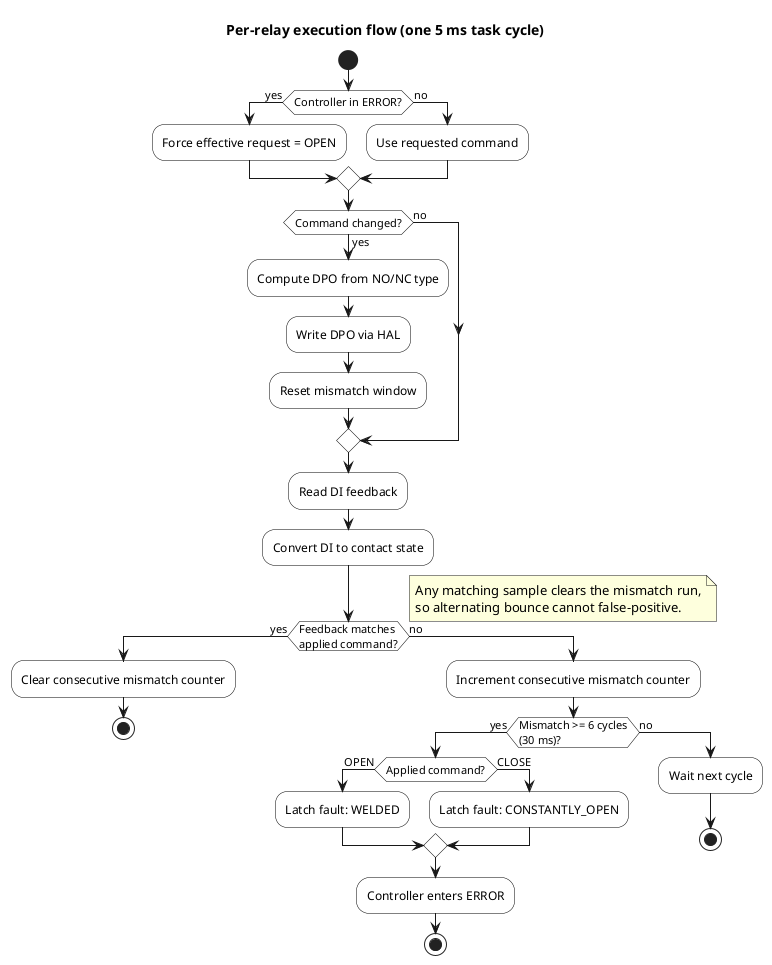
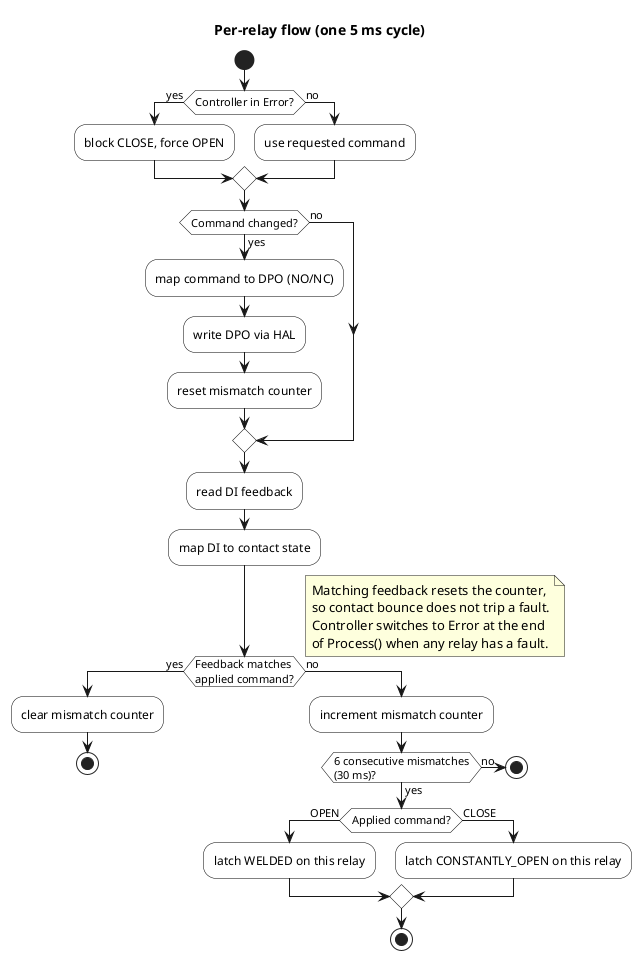
@startuml per_relay_flow
- title Per-relay execution flow (one 5 ms task cycle)
+ title Per-relay flow (one 5 ms cycle)

skinparam shadowing false
skinparam activity {
  BackgroundColor white
  BorderColor black
}

start

- if (Controller in ERROR?) then (yes)
-   :Force effective request = OPEN;
+ if (Controller in Error?) then (yes)
+   :block CLOSE, force OPEN;
else (no)
-   :Use requested command;
+   :use requested command;
endif

if (Command changed?) then (yes)
-   :Compute DPO from NO/NC type;
-   :Write DPO via HAL;
-   :Reset mismatch window;
+   :map command to DPO (NO/NC);
+   :write DPO via HAL;
+   :reset mismatch counter;
else (no)
endif

- :Read DI feedback;
- :Convert DI to contact state;
+ :read DI feedback;
+ :map DI to contact state;

if (Feedback matches\napplied command?) then (yes)
-   :Clear consecutive mismatch counter;
+   :clear mismatch counter;
  stop
else (no)
-   :Increment consecutive mismatch counter;
-   if (Mismatch >= 6 cycles\n(30 ms)?) then (yes)
+   :increment mismatch counter;
+   if (6 consecutive mismatches\n(30 ms)?) then (yes)
    if (Applied command?) then (OPEN)
-       :Latch fault: WELDED;
+       :latch WELDED on this relay;
    else (CLOSE)
-       :Latch fault: CONSTANTLY_OPEN;
+       :latch CONSTANTLY_OPEN on this relay;
    endif
-     :Controller enters ERROR;
    stop
  else (no)
-     :Wait next cycle;
    stop
  endif
endif

note right
-   Any matching sample clears the mismatch run,
-   so alternating bounce cannot false-positive.
+   Matching feedback resets the counter,
+   so contact bounce does not trip a fault.
+   Controller switches to Error at the end
+   of Process() when any relay has a fault.
end note

@enduml
